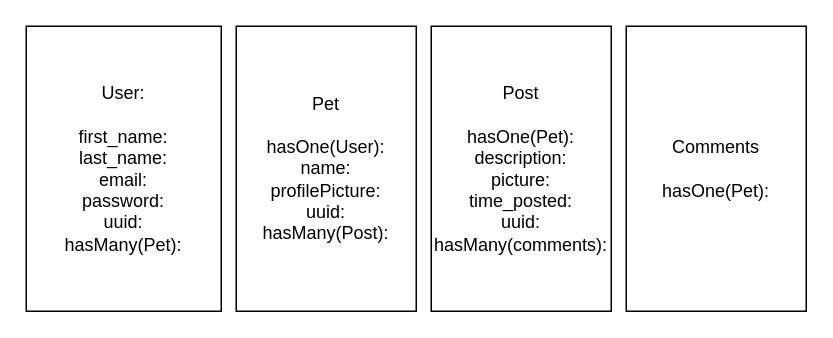
Before: page "Page-2" (2 of 2) of .dio in eljayman/pet-feed, a draw.io diagram. Source tidied: cells renumbered, new cells numbered last; positions are measured from the earlier drawing's top-left corner, leaving out a move shared by most shapes. Both pictures are drawn from the tidied source at 150%, with x=0, y=0 at pixel (26, 26).
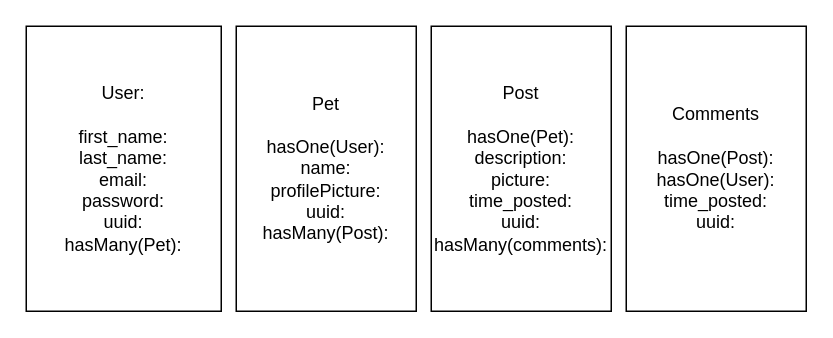
Above is the later version.

Change to the diagram source:
```diff
@@
 <mxGraphModel>
   <root>
     <mxCell id="0" />
     <mxCell id="1" parent="0" />
     <mxCell id="2" value="User:&lt;br&gt;&lt;br&gt;first_name:&lt;br&gt;last_name:&lt;br&gt;email:&lt;br&gt;password:&lt;br&gt;uuid:&lt;br&gt;hasMany(Pet):&lt;br&gt;" style="whiteSpace=wrap;html=1;" parent="1" vertex="1">
       <mxGeometry width="130" height="190" as="geometry" />
     </mxCell>
     <mxCell id="3" value="Pet&lt;br&gt;&lt;br&gt;hasOne(User):&lt;br&gt;name:&lt;br&gt;profilePicture:&lt;br&gt;uuid:&lt;br&gt;hasMany(Post):" style="whiteSpace=wrap;html=1;" parent="1" vertex="1">
       <mxGeometry x="140" width="120" height="190" as="geometry" />
     </mxCell>
     <mxCell id="4" value="Post&lt;br&gt;&lt;br&gt;hasOne(Pet):&lt;br&gt;description:&lt;br&gt;picture:&lt;br&gt;time_posted:&lt;br&gt;uuid:&lt;br&gt;hasMany(comments):" style="whiteSpace=wrap;html=1;" parent="1" vertex="1">
       <mxGeometry x="270" width="120" height="190" as="geometry" />
     </mxCell>
-    <mxCell id="5" value="Comments&lt;br&gt;&lt;br&gt;hasOne(Pet):&lt;br&gt;" style="rounded=0;whiteSpace=wrap;html=1;" parent="1" vertex="1">
+    <mxCell id="5" value="Comments&lt;br&gt;&lt;br&gt;hasOne(Post):&lt;br&gt;hasOne(User):&lt;br&gt;time_posted:&lt;br&gt;uuid:&lt;br&gt;" style="rounded=0;whiteSpace=wrap;html=1;" parent="1" vertex="1">
       <mxGeometry x="400" width="120" height="190" as="geometry" />
     </mxCell>
   </root>
 </mxGraphModel>
```
